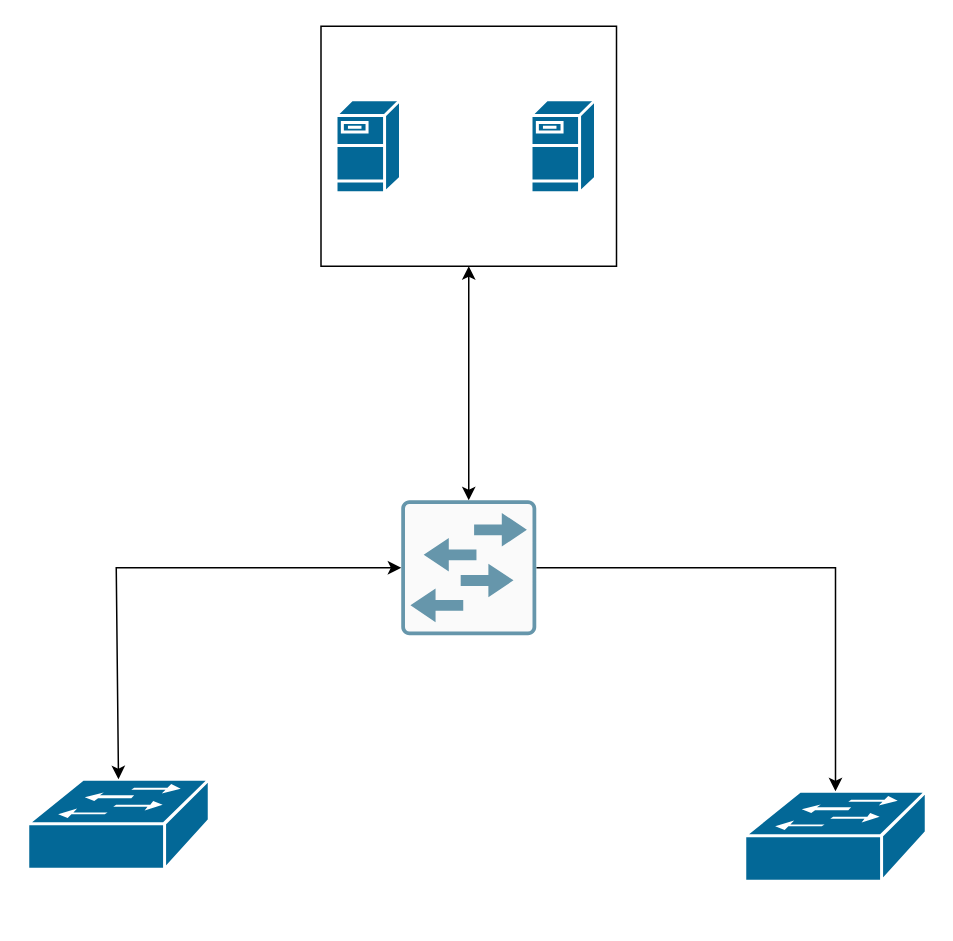
This is ZTP Provisioning for Arista/Arista_ZTP_diagram.drawio from OpentekyLab/Networking, a draw.io file, before an edit. Source tidied: cells renumbered, new cells numbered last; positions are measured from the earlier drawing's top-left corner, leaving out a move shared by most shapes. Both pictures are drawn from the tidied source at 150%, with x=0, y=0 at pixel (27, 26).
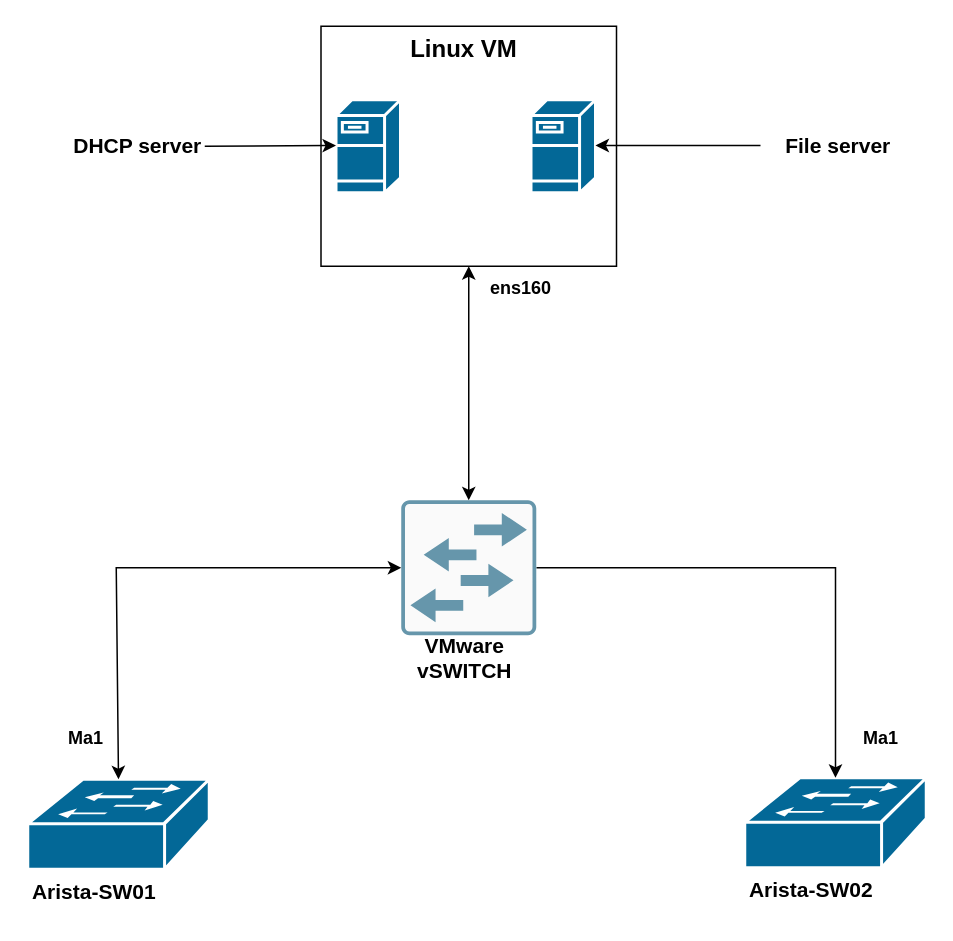
The same diagram, later.

Change to the diagram source:
```diff
@@
     <mxCell id="4" style="shape=mxgraph.cisco.switches.workgroup_switch;sketch=0;html=1;dashed=0;fillColor=#036897;strokeColor=#ffffff;strokeWidth=2;verticalLabelPosition=bottom;verticalAlign=top;align=center;outlineConnect=0;" parent="1" vertex="1">
-      <mxGeometry x="478" y="510" width="121" height="60" as="geometry" />
+      <mxGeometry x="478" y="501" width="121" height="60" as="geometry" />
     </mxCell>
@@
+    <mxCell id="11" value="&lt;b&gt;&lt;font style=&quot;font-size: 14px;&quot;&gt;Arista-SW01&lt;/font&gt;&lt;/b&gt;" style="text;strokeColor=none;align=center;fillColor=none;html=1;verticalAlign=middle;whiteSpace=wrap;rounded=0;" parent="1" vertex="1">
+      <mxGeometry y="562" width="89" height="30" as="geometry" />
+    </mxCell>
+    <mxCell id="12" value="&lt;b&gt;&lt;font style=&quot;font-size: 14px;&quot;&gt;Arista-SW02&lt;/font&gt;&lt;/b&gt;" style="text;strokeColor=none;align=center;fillColor=none;html=1;verticalAlign=middle;whiteSpace=wrap;rounded=0;" parent="1" vertex="1">
+      <mxGeometry x="478" y="561" width="89" height="30" as="geometry" />
+    </mxCell>
+    <mxCell id="13" value="&lt;b style=&quot;font-size: 14px;&quot;&gt;VMware&lt;br&gt;vSWITCH&lt;br&gt;&lt;/b&gt;" style="text;strokeColor=none;align=center;fillColor=none;html=1;verticalAlign=middle;whiteSpace=wrap;rounded=0;" parent="1" vertex="1">
+      <mxGeometry x="246.5" y="406" width="89" height="30" as="geometry" />
+    </mxCell>
+    <mxCell id="14" style="edgeStyle=none;jettySize=auto;html=1;rounded=0;exitX=1;exitY=0.5;exitDx=0;exitDy=0;" parent="1" edge="1" source="15">
+      <mxGeometry relative="1" as="geometry">
+        <mxPoint x="205.5" y="79.5" as="targetPoint" />
+      </mxGeometry>
+    </mxCell>
+    <mxCell id="15" value="&lt;b&gt;&lt;font style=&quot;font-size: 14px;&quot;&gt;DHCP server&lt;/font&gt;&lt;/b&gt;" style="text;strokeColor=none;align=center;fillColor=none;html=1;verticalAlign=middle;whiteSpace=wrap;rounded=0;" parent="1" vertex="1">
+      <mxGeometry x="29" y="65" width="89" height="30" as="geometry" />
+    </mxCell>
+    <mxCell id="16" value="&lt;b&gt;&lt;font style=&quot;font-size: 14px;&quot;&gt;File server&lt;/font&gt;&lt;/b&gt;" style="text;strokeColor=none;align=center;fillColor=none;html=1;verticalAlign=middle;whiteSpace=wrap;rounded=0;" parent="1" vertex="1">
+      <mxGeometry x="496" y="65" width="89" height="30" as="geometry" />
+    </mxCell>
+    <mxCell id="17" style="edgeStyle=none;orthogonalLoop=1;jettySize=auto;html=1;rounded=0;" parent="1" edge="1">
+      <mxGeometry relative="1" as="geometry">
+        <mxPoint x="488.5" y="79.5" as="sourcePoint" />
+        <mxPoint x="378.5" y="79.5" as="targetPoint" />
+      </mxGeometry>
+    </mxCell>
+    <mxCell id="18" value="&lt;b&gt;&lt;font style=&quot;font-size: 16px;&quot;&gt;Linux VM&lt;/font&gt;&lt;/b&gt;" style="text;strokeColor=none;align=center;fillColor=none;html=1;verticalAlign=middle;whiteSpace=wrap;rounded=0;" parent="1" vertex="1">
+      <mxGeometry x="246" width="90" height="30" as="geometry" />
+    </mxCell>
+    <mxCell id="19" value="&lt;b&gt;ens160&lt;/b&gt;" style="text;strokeColor=none;align=center;fillColor=none;html=1;verticalAlign=middle;whiteSpace=wrap;rounded=0;" parent="1" vertex="1">
+      <mxGeometry x="299" y="160" width="60" height="30" as="geometry" />
+    </mxCell>
+    <mxCell id="20" value="&lt;b&gt;Ma1&lt;/b&gt;" style="text;strokeColor=none;align=center;fillColor=none;html=1;verticalAlign=middle;whiteSpace=wrap;rounded=0;" parent="1" vertex="1">
+      <mxGeometry x="9" y="460" width="60" height="30" as="geometry" />
+    </mxCell>
+    <mxCell id="21" value="&lt;b&gt;Ma1&lt;/b&gt;" style="text;strokeColor=none;align=center;fillColor=none;html=1;verticalAlign=middle;whiteSpace=wrap;rounded=0;" parent="1" vertex="1">
+      <mxGeometry x="539" y="460" width="60" height="30" as="geometry" />
+    </mxCell>
```
